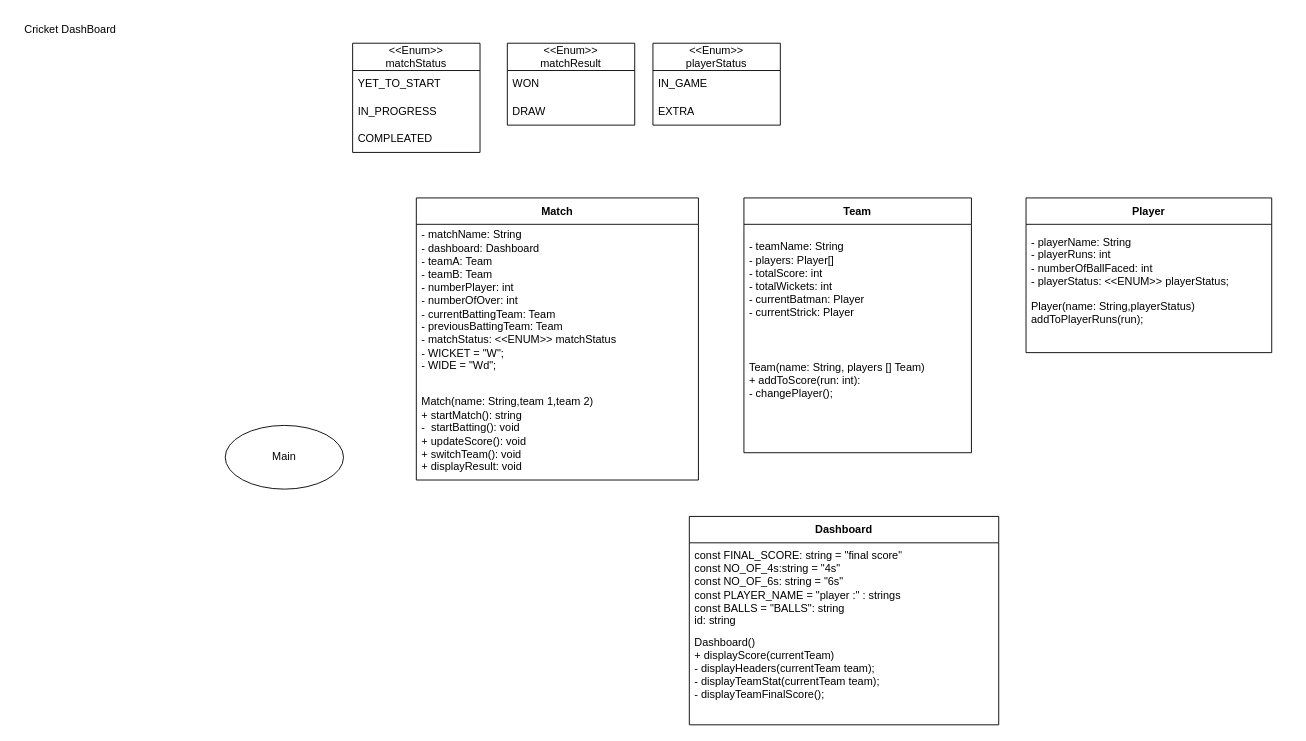
The draw.io diagram CricketDashBoard.drawio in siddheshJungade/prep, before the edit. Source tidied: cells renumbered, new cells numbered last; positions are measured from the earlier drawing's top-left corner, leaving out a move shared by most shapes. Both pictures are drawn from the tidied source at 91%, with x=0, y=0 at pixel (15, 15).
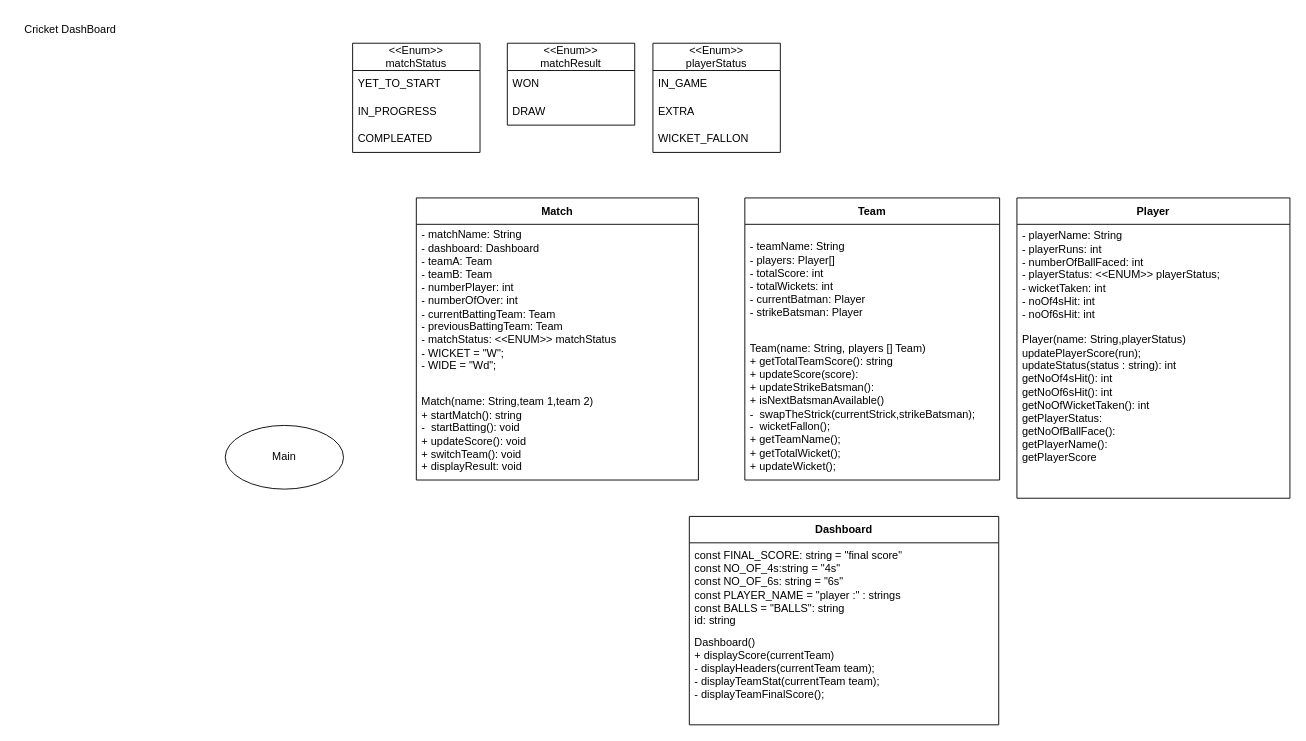
After the change.

What changed in the source:
```diff
@@
     <mxCell id="14" value="Team" style="swimlane;fontStyle=1;align=center;verticalAlign=middle;horizontal=1;startSize=29;html=1;whiteSpace=wrap;" parent="1" vertex="1">
-      <mxGeometry x="800" y="200" width="250" height="280" as="geometry" />
+      <mxGeometry x="801" y="200" width="280" height="310" as="geometry" />
     </mxCell>
-    <mxCell id="15" value="&lt;div align=&quot;left&quot;&gt;&lt;div&gt;- teamName: String &lt;br&gt;&lt;/div&gt;- players: Player[]&lt;/div&gt;&lt;div align=&quot;left&quot;&gt;- totalScore: int&lt;/div&gt;&lt;div align=&quot;left&quot;&gt;- totalWickets: int&lt;/div&gt;&lt;div align=&quot;left&quot;&gt;- currentBatman: Player&lt;/div&gt;&lt;div align=&quot;left&quot;&gt;- currentStrick: Player &lt;br&gt;&lt;/div&gt;" style="text;html=1;strokeColor=none;fillColor=none;align=left;verticalAlign=middle;spacingLeft=4;spacingRight=4;overflow=hidden;whiteSpace=wrap;" parent="14" vertex="1">
-      <mxGeometry y="29" width="250" height="121" as="geometry" />
+    <mxCell id="15" value="&lt;div align=&quot;left&quot;&gt;&lt;div&gt;- teamName: String &lt;br&gt;&lt;/div&gt;- players: Player[]&lt;/div&gt;&lt;div align=&quot;left&quot;&gt;- totalScore: int&lt;/div&gt;&lt;div align=&quot;left&quot;&gt;- totalWickets: int&lt;/div&gt;&lt;div align=&quot;left&quot;&gt;- currentBatman: Player&lt;/div&gt;&lt;div align=&quot;left&quot;&gt;- strikeBatsman: Player &lt;br&gt;&lt;/div&gt;" style="text;html=1;strokeColor=none;fillColor=none;align=left;verticalAlign=middle;spacingLeft=4;spacingRight=4;overflow=hidden;whiteSpace=wrap;" parent="14" vertex="1">
+      <mxGeometry y="29" width="280" height="121" as="geometry" />
     </mxCell>
-    <mxCell id="16" value="&lt;div&gt;Team(name: String, players [] Team)&lt;/div&gt;&lt;div&gt;+ addToScore(run: int):&lt;/div&gt;&lt;div&gt;- changePlayer();&lt;/div&gt;&lt;div&gt;&lt;br&gt;&lt;/div&gt;&lt;div&gt;&amp;nbsp;&lt;br&gt;&lt;/div&gt;" style="text;html=1;strokeColor=none;fillColor=none;align=left;verticalAlign=middle;spacingLeft=4;spacingRight=4;overflow=hidden;whiteSpace=wrap;" parent="14" vertex="1">
-      <mxGeometry y="150" width="250" height="130" as="geometry" />
+    <mxCell id="16" value="&lt;div&gt;Team(name: String, players [] Team)&lt;/div&gt;&lt;div&gt;+ getTotalTeamScore(): string&lt;br&gt;&lt;/div&gt;&lt;div&gt;+ updateScore(score):&lt;/div&gt;&lt;div&gt;+ updateStrikeBatsman():&lt;/div&gt;&lt;div&gt;+ isNextBatsmanAvailable()&lt;br&gt;&lt;/div&gt;&lt;div&gt;-&amp;nbsp; swapTheStrick(currentStrick,strikeBatsman);&lt;/div&gt;&lt;div&gt;-&amp;nbsp; wicketFallon();&lt;/div&gt;&lt;div&gt;+ getTeamName();&lt;/div&gt;&lt;div&gt;+ getTotalWicket();&lt;/div&gt;&lt;div&gt;+ updateWicket();&lt;br&gt;&lt;/div&gt;" style="text;html=1;strokeColor=none;fillColor=none;align=left;verticalAlign=middle;spacingLeft=4;spacingRight=4;overflow=hidden;whiteSpace=wrap;" parent="14" vertex="1">
+      <mxGeometry y="150" width="280" height="160" as="geometry" />
     </mxCell>
     <mxCell id="17" value="Player" style="swimlane;fontStyle=1;align=center;verticalAlign=middle;horizontal=1;startSize=29;html=1;whiteSpace=wrap;" parent="1" vertex="1">
-      <mxGeometry x="1110" y="200" width="270" height="170" as="geometry" />
+      <mxGeometry x="1100" y="200" width="300" height="330" as="geometry" />
     </mxCell>
-    <mxCell id="18" value="&lt;div align=&quot;left&quot;&gt;&lt;div&gt;- playerName: String &lt;br&gt;&lt;/div&gt;- playerRuns: int&lt;/div&gt;&lt;div align=&quot;left&quot;&gt;- numberOfBallFaced: int&lt;br&gt;&lt;/div&gt;&lt;div align=&quot;left&quot;&gt;- playerStatus: &amp;lt;&amp;lt;ENUM&amp;gt;&amp;gt; playerStatus;&lt;/div&gt;" style="text;html=1;strokeColor=none;fillColor=none;align=left;verticalAlign=middle;spacingLeft=4;spacingRight=4;overflow=hidden;whiteSpace=wrap;" parent="17" vertex="1">
-      <mxGeometry y="29" width="270" height="81" as="geometry" />
+    <mxCell id="18" value="&lt;div align=&quot;left&quot;&gt;&lt;div&gt;- playerName: String &lt;br&gt;&lt;/div&gt;- playerRuns: int&lt;/div&gt;&lt;div align=&quot;left&quot;&gt;- numberOfBallFaced: int&lt;br&gt;&lt;/div&gt;&lt;div align=&quot;left&quot;&gt;- playerStatus: &amp;lt;&amp;lt;ENUM&amp;gt;&amp;gt; playerStatus;&lt;/div&gt;&lt;div align=&quot;left&quot;&gt;- wicketTaken: int&lt;/div&gt;&lt;div align=&quot;left&quot;&gt;- noOf4sHit: int&lt;/div&gt;&lt;div align=&quot;left&quot;&gt;- noOf6sHit: int&lt;br&gt;&lt;/div&gt;" style="text;html=1;strokeColor=none;fillColor=none;align=left;verticalAlign=middle;spacingLeft=4;spacingRight=4;overflow=hidden;whiteSpace=wrap;" parent="17" vertex="1">
+      <mxGeometry y="29" width="300" height="111" as="geometry" />
     </mxCell>
-    <mxCell id="19" value="&lt;div&gt;Player(name: String,playerStatus)&lt;/div&gt;&lt;div&gt;addToPlayerRuns(run);&lt;/div&gt;&lt;div&gt;&lt;br&gt;&lt;/div&gt;&lt;div&gt;&lt;br&gt;&lt;/div&gt;" style="text;html=1;strokeColor=none;fillColor=none;align=left;verticalAlign=middle;spacingLeft=4;spacingRight=4;overflow=hidden;whiteSpace=wrap;" parent="17" vertex="1">
-      <mxGeometry y="110" width="270" height="60" as="geometry" />
+    <mxCell id="19" value="&lt;div&gt;Player(name: String,playerStatus)&lt;/div&gt;&lt;div&gt;updatePlayerScore(run);&lt;/div&gt;&lt;div&gt;updateStatus(status : string): int&lt;br&gt;&lt;/div&gt;&lt;div&gt;getNoOf4sHit(): int&lt;br&gt;&lt;/div&gt;&lt;div&gt;getNoOf6sHit(): int&lt;br&gt;&lt;/div&gt;&lt;div&gt;getNoOfWicketTaken(): int&lt;/div&gt;&lt;div&gt;getPlayerStatus:&lt;/div&gt;&lt;div&gt;getNoOfBallFace():&lt;/div&gt;&lt;div&gt;getPlayerName():&lt;/div&gt;&lt;div&gt;getPlayerScore&lt;br&gt;&lt;/div&gt;&lt;div&gt;&lt;br&gt;&lt;/div&gt;&lt;div&gt;&lt;br&gt;&lt;/div&gt;" style="text;html=1;strokeColor=none;fillColor=none;align=left;verticalAlign=middle;spacingLeft=4;spacingRight=4;overflow=hidden;whiteSpace=wrap;" parent="17" vertex="1">
+      <mxGeometry y="140" width="300" height="190" as="geometry" />
     </mxCell>
     <mxCell id="20" value="&lt;div&gt;&amp;lt;&amp;lt;Enum&amp;gt;&amp;gt;&lt;/div&gt;&lt;div&gt;playerStatus&lt;br&gt;&lt;/div&gt;" style="swimlane;fontStyle=0;horizontal=1;startSize=30;whiteSpace=wrap;html=1;" parent="1" vertex="1">
-      <mxGeometry x="700" y="30" width="140" height="90" as="geometry" />
+      <mxGeometry x="700" y="30" width="140" height="120" as="geometry" />
     </mxCell>
@@
+    <mxCell id="26" value="WICKET_FALLON" style="text;strokeColor=none;fillColor=none;align=left;verticalAlign=middle;spacingLeft=4;spacingRight=4;overflow=hidden;whiteSpace=wrap;html=1;" parent="20" vertex="1">
+      <mxGeometry y="90" width="140" height="30" as="geometry" />
+    </mxCell>
```
